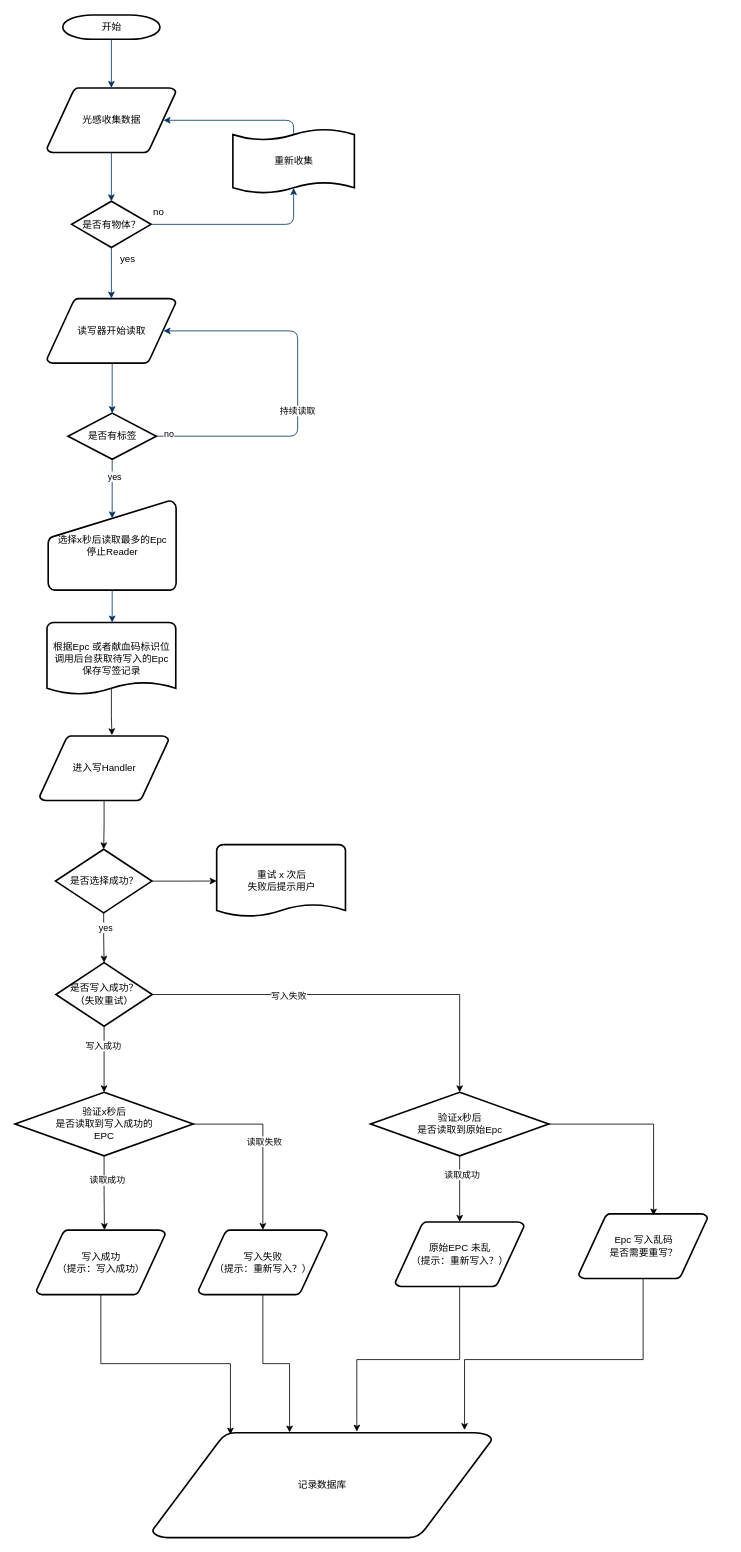
Above: 桌面式射频记录仪（写码）.drawio in HaoQianCheng/Draw (draw.io), before the change. Source tidied: cells renumbered, new cells numbered last; positions are measured from the earlier drawing's top-left corner, leaving out a move shared by most shapes. Both pictures are drawn from the tidied source at 81%, with x=0, y=0 at pixel (15, 15).
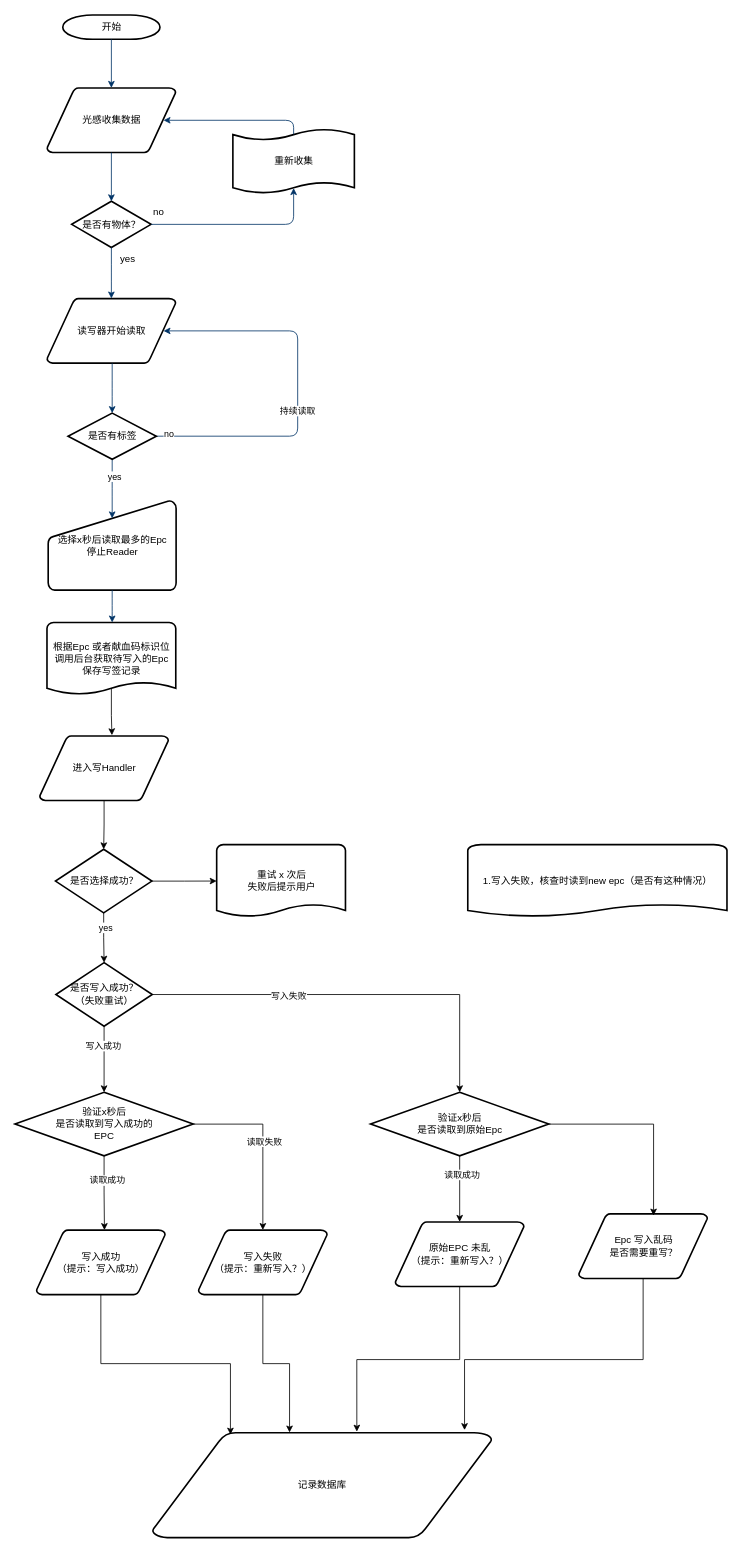
Above is the later version.

Commit message:
更新桌面式射频记录仪（写码）-1149.drawio

What changed in the source:
```diff
@@
+    <mxCell id="55" value="1.写入失败，核查时读到new epc（是否有这种情况）" style="shape=mxgraph.flowchart.document;strokeWidth=2;gradientColor=none;gradientDirection=north;fontStyle=0;html=1;" parent="1" vertex="1">
+      <mxGeometry x="559" y="1024.2" width="320" height="90" as="geometry" />
+    </mxCell>
```
